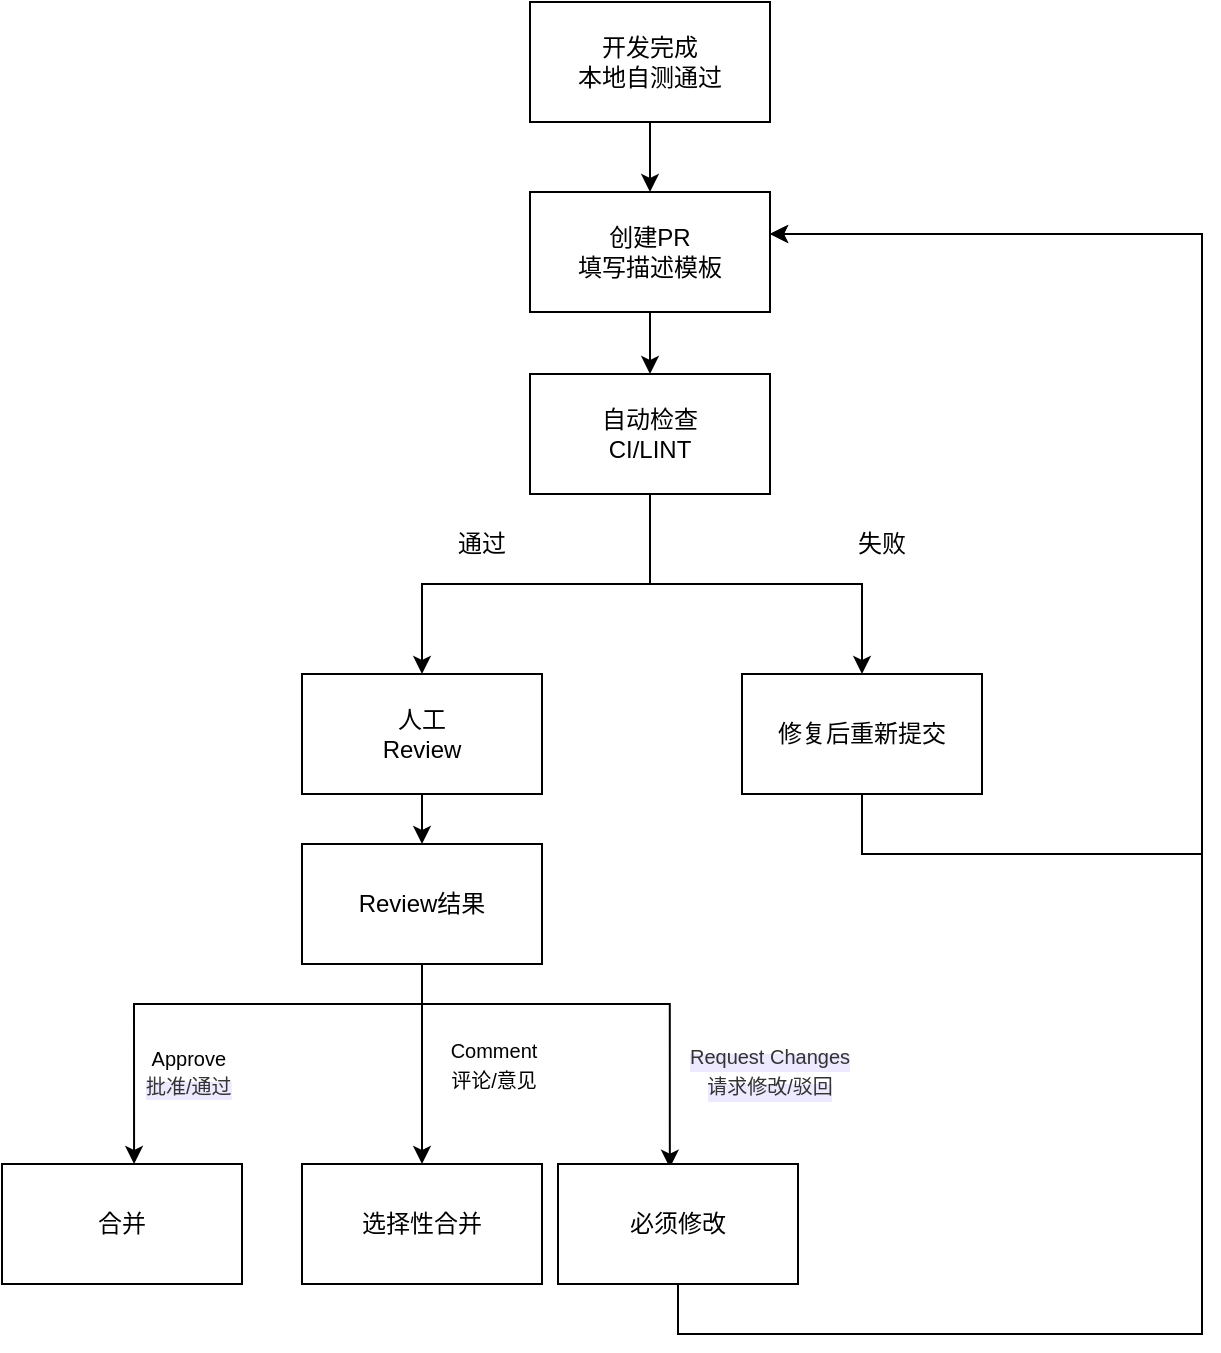
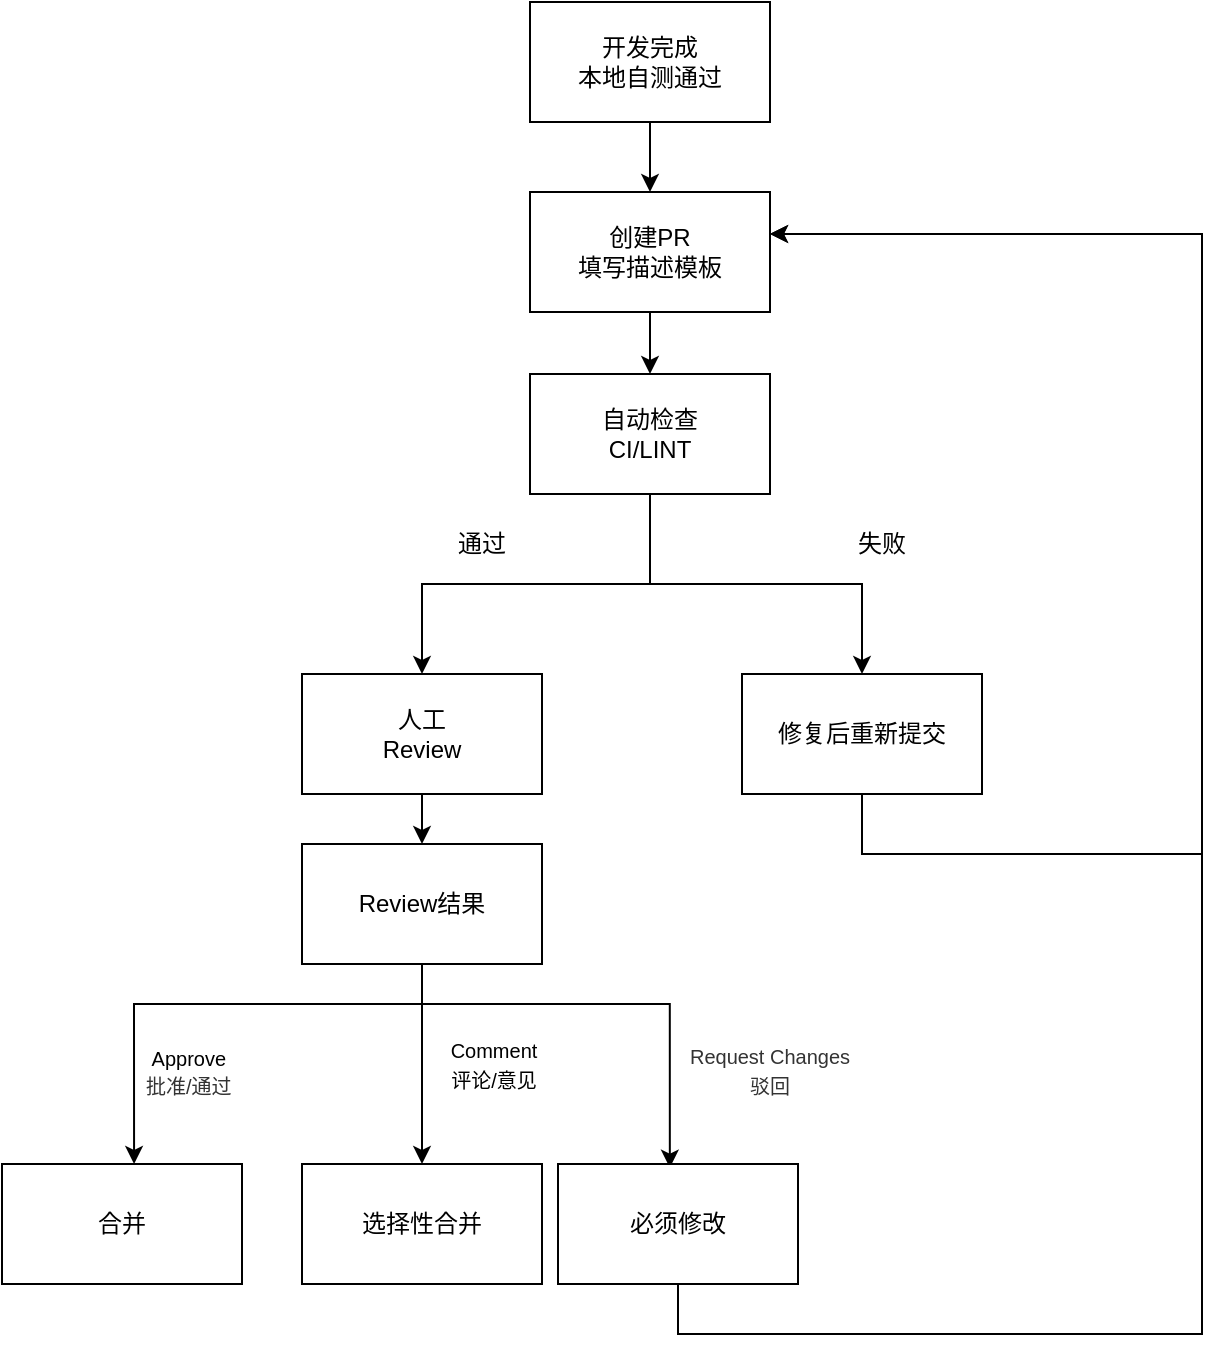
<mxfile host="app.diagrams.net">
  <diagram name="第 1 页" id="5JWnswEkpolzQyJESGqS">
-     <mxGraphModel dx="2020" dy="1121" grid="1" gridSize="10" guides="1" tooltips="1" connect="1" arrows="1" fold="1" page="1" pageScale="1" pageWidth="827" pageHeight="1169" math="0" shadow="0">
+     <mxGraphModel dx="1178" dy="654" grid="1" gridSize="10" guides="1" tooltips="1" connect="1" arrows="1" fold="1" page="1" pageScale="1" pageWidth="827" pageHeight="1169" math="0" shadow="0">
      <root>
        <mxCell id="0" />
        <mxCell id="1" parent="0" />
        <mxCell id="rFtWOyyrUbLZrokKDD-u-1" parent="1" style="rounded=0;whiteSpace=wrap;html=1;" value="开发完成&lt;div&gt;本地自测通过&lt;/div&gt;" vertex="1">
          <mxGeometry height="60" width="120" x="294" y="184" as="geometry" />
        </mxCell>
        <mxCell id="rFtWOyyrUbLZrokKDD-u-7" edge="1" parent="1" source="rFtWOyyrUbLZrokKDD-u-2" style="edgeStyle=orthogonalEdgeStyle;rounded=0;orthogonalLoop=1;jettySize=auto;html=1;" target="rFtWOyyrUbLZrokKDD-u-3" value="">
          <mxGeometry relative="1" as="geometry" />
        </mxCell>
        <mxCell id="rFtWOyyrUbLZrokKDD-u-2" parent="1" style="rounded=0;whiteSpace=wrap;html=1;" value="创建PR&lt;div&gt;填写描述模板&lt;/div&gt;" vertex="1">
          <mxGeometry height="60" width="120" x="294" y="279" as="geometry" />
        </mxCell>
        <mxCell id="rFtWOyyrUbLZrokKDD-u-8" edge="1" parent="1" source="rFtWOyyrUbLZrokKDD-u-3" style="edgeStyle=orthogonalEdgeStyle;rounded=0;orthogonalLoop=1;jettySize=auto;html=1;entryX=0.5;entryY=0;entryDx=0;entryDy=0;exitX=0.5;exitY=1;exitDx=0;exitDy=0;" target="rFtWOyyrUbLZrokKDD-u-4">
          <mxGeometry relative="1" as="geometry" />
        </mxCell>
        <mxCell id="rFtWOyyrUbLZrokKDD-u-3" parent="1" style="rounded=0;whiteSpace=wrap;html=1;" value="自动检查&lt;div&gt;CI/LINT&lt;/div&gt;" vertex="1">
          <mxGeometry height="60" width="120" x="294" y="370" as="geometry" />
        </mxCell>
        <mxCell id="rFtWOyyrUbLZrokKDD-u-15" edge="1" parent="1" source="rFtWOyyrUbLZrokKDD-u-4" style="edgeStyle=orthogonalEdgeStyle;rounded=0;orthogonalLoop=1;jettySize=auto;html=1;" target="rFtWOyyrUbLZrokKDD-u-14" value="">
          <mxGeometry relative="1" as="geometry" />
        </mxCell>
        <mxCell id="rFtWOyyrUbLZrokKDD-u-4" parent="1" style="rounded=0;whiteSpace=wrap;html=1;" value="人工&lt;div&gt;Review&lt;/div&gt;" vertex="1">
          <mxGeometry height="60" width="120" x="180" y="520" as="geometry" />
        </mxCell>
        <mxCell id="rFtWOyyrUbLZrokKDD-u-13" edge="1" parent="1" source="rFtWOyyrUbLZrokKDD-u-5" style="edgeStyle=orthogonalEdgeStyle;rounded=0;orthogonalLoop=1;jettySize=auto;html=1;exitX=0.5;exitY=1;exitDx=0;exitDy=0;" target="rFtWOyyrUbLZrokKDD-u-2">
          <mxGeometry relative="1" as="geometry">
            <Array as="points">
              <mxPoint x="460" y="610" />
              <mxPoint x="630" y="610" />
              <mxPoint x="630" y="300" />
            </Array>
          </mxGeometry>
        </mxCell>
        <mxCell id="rFtWOyyrUbLZrokKDD-u-5" parent="1" style="rounded=0;whiteSpace=wrap;html=1;" value="修复后重新提交" vertex="1">
          <mxGeometry height="60" width="120" x="400" y="520" as="geometry" />
        </mxCell>
        <mxCell id="rFtWOyyrUbLZrokKDD-u-6" edge="1" parent="1" source="rFtWOyyrUbLZrokKDD-u-1" style="endArrow=classic;html=1;rounded=0;exitX=0.5;exitY=1;exitDx=0;exitDy=0;entryX=0.5;entryY=0;entryDx=0;entryDy=0;" target="rFtWOyyrUbLZrokKDD-u-2" value="">
          <mxGeometry height="50" relative="1" width="50" as="geometry">
            <mxPoint x="420" y="209" as="sourcePoint" />
            <mxPoint x="470" y="159" as="targetPoint" />
          </mxGeometry>
        </mxCell>
        <mxCell id="rFtWOyyrUbLZrokKDD-u-10" edge="1" parent="1" source="rFtWOyyrUbLZrokKDD-u-3" style="endArrow=classic;html=1;rounded=0;entryX=0.5;entryY=0;entryDx=0;entryDy=0;exitX=0.5;exitY=1;exitDx=0;exitDy=0;edgeStyle=orthogonalEdgeStyle;" target="rFtWOyyrUbLZrokKDD-u-5" value="">
          <mxGeometry height="50" relative="1" width="50" as="geometry">
            <mxPoint x="390" y="430" as="sourcePoint" />
            <mxPoint x="440" y="380" as="targetPoint" />
          </mxGeometry>
        </mxCell>
        <mxCell id="rFtWOyyrUbLZrokKDD-u-11" parent="1" style="text;html=1;whiteSpace=wrap;strokeColor=none;fillColor=none;align=center;verticalAlign=middle;rounded=0;" value="通过" vertex="1">
          <mxGeometry height="30" width="60" x="240" y="440" as="geometry" />
        </mxCell>
        <mxCell id="rFtWOyyrUbLZrokKDD-u-12" parent="1" style="text;html=1;whiteSpace=wrap;strokeColor=none;fillColor=none;align=center;verticalAlign=middle;rounded=0;" value="失败" vertex="1">
          <mxGeometry height="30" width="60" x="440" y="440" as="geometry" />
        </mxCell>
        <mxCell id="rFtWOyyrUbLZrokKDD-u-23" edge="1" parent="1" style="edgeStyle=orthogonalEdgeStyle;rounded=0;orthogonalLoop=1;jettySize=auto;html=1;entryX=0.466;entryY=0.031;entryDx=0;entryDy=0;entryPerimeter=0;" target="rFtWOyyrUbLZrokKDD-u-22">
          <mxGeometry relative="1" as="geometry">
            <Array as="points">
              <mxPoint x="240" y="665" />
              <mxPoint x="240" y="685" />
              <mxPoint x="364" y="685" />
            </Array>
            <mxPoint x="243" y="665" as="sourcePoint" />
            <mxPoint x="371" y="765" as="targetPoint" />
          </mxGeometry>
        </mxCell>
        <mxCell id="rFtWOyyrUbLZrokKDD-u-27" edge="1" parent="1" source="rFtWOyyrUbLZrokKDD-u-14" style="edgeStyle=orthogonalEdgeStyle;rounded=0;orthogonalLoop=1;jettySize=auto;html=1;entryX=0.5;entryY=0;entryDx=0;entryDy=0;" target="rFtWOyyrUbLZrokKDD-u-26">
          <mxGeometry relative="1" as="geometry" />
        </mxCell>
        <mxCell id="rFtWOyyrUbLZrokKDD-u-14" parent="1" style="rounded=0;whiteSpace=wrap;html=1;" value="Review结果" vertex="1">
          <mxGeometry height="60" width="120" x="180" y="605" as="geometry" />
        </mxCell>
        <mxCell id="rFtWOyyrUbLZrokKDD-u-16" parent="1" style="rounded=0;whiteSpace=wrap;html=1;" value="合并" vertex="1">
          <mxGeometry height="60" width="120" x="30" y="765" as="geometry" />
        </mxCell>
        <mxCell id="rFtWOyyrUbLZrokKDD-u-18" edge="1" parent="1" style="edgeStyle=orthogonalEdgeStyle;rounded=0;orthogonalLoop=1;jettySize=auto;html=1;entryX=0.217;entryY=-0.117;entryDx=0;entryDy=0;entryPerimeter=0;">
          <mxGeometry relative="1" as="geometry">
            <Array as="points">
              <mxPoint x="240" y="685" />
              <mxPoint x="96" y="685" />
            </Array>
            <mxPoint x="240" y="665" as="sourcePoint" />
            <mxPoint x="96.03999999999996" y="765" as="targetPoint" />
          </mxGeometry>
        </mxCell>
-         <mxCell id="rFtWOyyrUbLZrokKDD-u-20" parent="1" style="text;whiteSpace=wrap;html=1;" value="&lt;span class=&quot;VerbatimChar&quot;&gt;&lt;span lang=&quot;EN-US&quot; style=&quot;&quot;&gt;&lt;font style=&quot;&quot;&gt;&lt;font style=&quot;font-size: 10px;&quot;&gt;&amp;nbsp;&lt;/font&gt;&lt;font style=&quot;font-size: 10px;&quot;&gt;Approve&lt;/font&gt;&lt;/font&gt;&lt;/span&gt;&lt;/span&gt;&lt;div&gt;&lt;span class=&quot;VerbatimChar&quot;&gt;&lt;span lang=&quot;EN-US&quot; style=&quot;&quot;&gt;&lt;font style=&quot;font-size: 10px;&quot;&gt;&lt;span style=&quot;-webkit-font-smoothing: antialiased; -webkit-text-stroke-color: rgb(51, 51, 51); font-family: &amp;quot;PingFang SC&amp;quot;, Arial, sans-serif; background: linear-gradient(to right, rgba(111, 75, 250, 0.12), rgba(111, 75, 250, 0.12)) 50% 100% / 100% 9px no-repeat scroll padding-box border-box rgb(255, 255, 255); padding-bottom: 1px; color: rgb(51, 51, 51);&quot;&gt;批准/通过&lt;/span&gt;&lt;/font&gt;&lt;/span&gt;&lt;/span&gt;&lt;/div&gt;" vertex="1">
+         <mxCell id="rFtWOyyrUbLZrokKDD-u-20" parent="1" style="text;whiteSpace=wrap;html=1;" value="&lt;span class=&quot;VerbatimChar&quot;&gt;&lt;span lang=&quot;EN-US&quot; style=&quot;&quot;&gt;&lt;font style=&quot;&quot;&gt;&lt;font style=&quot;font-size: 10px;&quot;&gt;&amp;nbsp;&lt;/font&gt;&lt;font style=&quot;font-size: 10px;&quot;&gt;Approve&lt;/font&gt;&lt;/font&gt;&lt;/span&gt;&lt;/span&gt;&lt;div&gt;&lt;font color=&quot;#333333&quot;&gt;&lt;span style=&quot;font-size: 10px; -webkit-text-stroke-color: rgb(51, 51, 51); background-color: rgb(255, 255, 255);&quot;&gt;批准/通过&lt;/span&gt;&lt;/font&gt;&lt;/div&gt;" vertex="1">
          <mxGeometry height="35" width="60" x="100" y="697.5" as="geometry" />
        </mxCell>
        <mxCell id="rFtWOyyrUbLZrokKDD-u-21" parent="1" style="text;html=1;whiteSpace=wrap;strokeColor=none;fillColor=none;align=center;verticalAlign=middle;rounded=0;" value="&lt;font style=&quot;font-size: 10px;&quot;&gt;Comment&lt;/font&gt;&lt;div&gt;&lt;font style=&quot;font-size: 10px;&quot;&gt;评论/意见&lt;/font&gt;&lt;/div&gt;" vertex="1">
          <mxGeometry height="30" width="60" x="246" y="700" as="geometry" />
        </mxCell>
        <mxCell id="rFtWOyyrUbLZrokKDD-u-25" edge="1" parent="1" source="rFtWOyyrUbLZrokKDD-u-22" style="edgeStyle=orthogonalEdgeStyle;rounded=0;orthogonalLoop=1;jettySize=auto;html=1;" target="rFtWOyyrUbLZrokKDD-u-2">
          <mxGeometry relative="1" as="geometry">
            <Array as="points">
              <mxPoint x="630" y="850" />
              <mxPoint x="630" y="300" />
            </Array>
          </mxGeometry>
        </mxCell>
        <mxCell id="rFtWOyyrUbLZrokKDD-u-22" parent="1" style="rounded=0;whiteSpace=wrap;html=1;" value="必须修改" vertex="1">
          <mxGeometry height="60" width="120" x="308" y="765" as="geometry" />
        </mxCell>
-         <mxCell id="rFtWOyyrUbLZrokKDD-u-24" parent="1" style="text;html=1;whiteSpace=wrap;strokeColor=none;fillColor=none;align=center;verticalAlign=middle;rounded=0;" value="&lt;span style=&quot;-webkit-font-smoothing: antialiased; -webkit-text-stroke-color: rgb(51, 51, 51); font-family: &amp;quot;PingFang SC&amp;quot;, Arial, sans-serif; background: linear-gradient(to right, rgba(111, 75, 250, 0.12), rgba(111, 75, 250, 0.12)) 50% 100% / 100% 9px no-repeat scroll padding-box border-box rgb(255, 255, 255); padding-bottom: 1px; color: rgb(51, 51, 51); text-align: start;&quot;&gt;&lt;font style=&quot;font-size: 10px;&quot;&gt;Request Changes&lt;/font&gt;&lt;/span&gt;&lt;div&gt;&lt;span style=&quot;-webkit-font-smoothing: antialiased; background: linear-gradient(to right, rgba(111, 75, 250, 0.12), rgba(111, 75, 250, 0.12)) 50% 100% / 100% 9px no-repeat scroll padding-box border-box rgb(255, 255, 255); padding-bottom: 1px; text-align: start; -webkit-text-stroke-color: rgb(51, 51, 51); color: rgb(51, 51, 51);&quot;&gt;&lt;font style=&quot;&quot;&gt;&lt;font color=&quot;#333333&quot; face=&quot;PingFang SC, Arial, sans-serif&quot;&gt;&lt;span style=&quot;font-size: 10px; -webkit-text-stroke-color: rgb(51, 51, 51);&quot;&gt;请求修改/驳回&lt;/span&gt;&lt;/font&gt;&lt;/font&gt;&lt;/span&gt;&lt;/div&gt;" vertex="1">
+         <mxCell id="rFtWOyyrUbLZrokKDD-u-24" parent="1" style="text;html=1;whiteSpace=wrap;align=center;verticalAlign=middle;rounded=0;labelBackgroundColor=none;fontFamily=Helvetica;" value="&lt;div&gt;&lt;font color=&quot;#333333&quot;&gt;&lt;span style=&quot;font-size: 10px; -webkit-text-stroke-color: rgb(51, 51, 51);&quot;&gt;Request Changes&lt;br&gt;&lt;/span&gt;&lt;/font&gt;&lt;div style=&quot;&quot;&gt;&lt;font color=&quot;#333333&quot;&gt;&lt;span style=&quot;font-size: 10px; -webkit-text-stroke-color: rgb(51, 51, 51);&quot;&gt;驳回&lt;/span&gt;&lt;/font&gt;&lt;/div&gt;&lt;/div&gt;" vertex="1">
          <mxGeometry height="30" width="90" x="369" y="702.5" as="geometry" />
        </mxCell>
        <mxCell id="rFtWOyyrUbLZrokKDD-u-26" parent="1" style="rounded=0;whiteSpace=wrap;html=1;" value="选择性合并" vertex="1">
          <mxGeometry height="60" width="120" x="180" y="765" as="geometry" />
        </mxCell>
      </root>
    </mxGraphModel>
  </diagram>
</mxfile>
